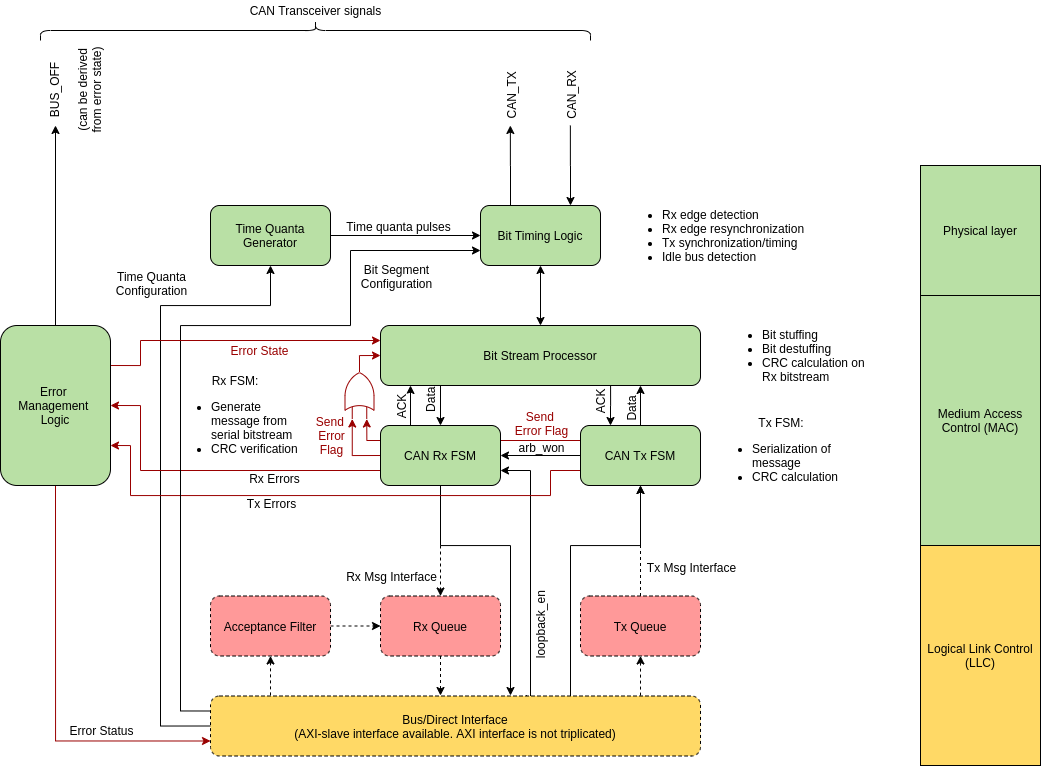
The draw.io diagram doc/canola_block_diagram.png in svnesbo/canola, before a commit. Source tidied: cells renumbered, new cells last; positions are measured from the earlier drawing's top-left corner, leaving out a move shared by most shapes.
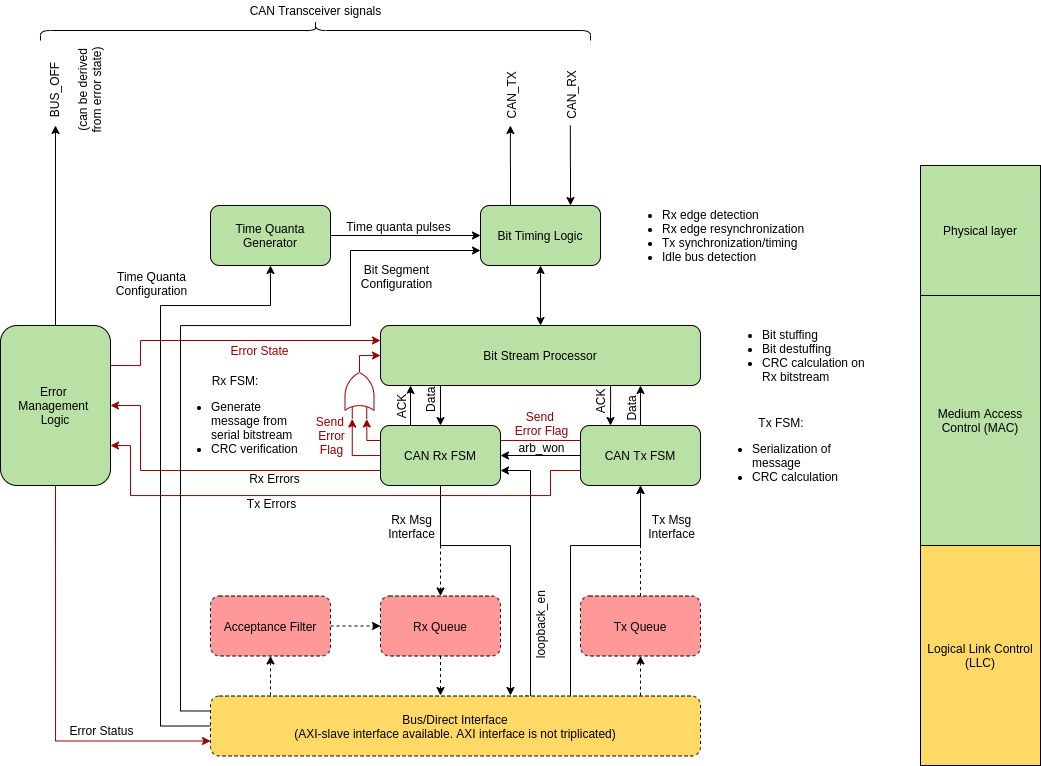
Above is the later version.

Commit message:
Minor update to block diagram

Change to the diagram source:
```diff
@@ -81,9 +81,9 @@
     <mxCell id="18" style="edgeStyle=orthogonalEdgeStyle;rounded=0;jettySize=auto;html=1;exitX=0.5;exitY=1;exitDx=0;exitDy=0;entryX=0.5;entryY=0;entryDx=0;entryDy=0;startArrow=none;startFill=0;endArrow=classic;endFill=1;dashed=1;" parent="1" edge="1" source="29" target="45">
       <mxGeometry relative="1" as="geometry" />
     </mxCell>
-    <mxCell id="19" value="Rx Msg Interface" style="text;html=1;align=center;verticalAlign=middle;labelBackgroundColor=#ffffff;" parent="18" vertex="1">
+    <mxCell id="19" value="Rx Msg&lt;br&gt;Interface" style="text;html=1;align=center;verticalAlign=middle;labelBackgroundColor=#ffffff;" parent="18" vertex="1">
       <mxGeometry x="-0.4" y="1" relative="1" as="geometry">
-        <mxPoint x="-50.5" y="57" as="offset" />
+        <mxPoint x="-31" y="7" as="offset" />
       </mxGeometry>
     </mxCell>
     <mxCell id="20" style="edgeStyle=orthogonalEdgeStyle;rounded=0;jettySize=auto;html=1;exitX=1;exitY=0.75;exitDx=0;exitDy=0;startArrow=classic;startFill=1;endArrow=none;endFill=0;entryX=0.645;entryY=-0.015;entryDx=0;entryDy=0;entryPerimeter=0;" parent="1" edge="1" source="29" target="52">
@@ -225,9 +225,9 @@
     <mxCell id="46" style="edgeStyle=orthogonalEdgeStyle;rounded=0;jettySize=auto;html=1;exitX=0.5;exitY=0;exitDx=0;exitDy=0;entryX=0.5;entryY=1;entryDx=0;entryDy=0;startArrow=none;startFill=0;endArrow=classic;endFill=1;dashed=1;" parent="1" edge="1" source="48" target="40">
       <mxGeometry relative="1" as="geometry" />
     </mxCell>
-    <mxCell id="47" value="Tx Msg Interface" style="text;html=1;align=center;verticalAlign=middle;labelBackgroundColor=#ffffff;" parent="46" vertex="1">
+    <mxCell id="47" value="Tx Msg&lt;br&gt;Interface" style="text;html=1;align=center;verticalAlign=middle;labelBackgroundColor=#ffffff;" parent="46" vertex="1">
       <mxGeometry x="-0.1" y="-3" relative="1" as="geometry">
-        <mxPoint x="47" y="20.5" as="offset" />
+        <mxPoint x="27" y="-20.8" as="offset" />
       </mxGeometry>
     </mxCell>
     <mxCell id="48" value="Tx Queue&lt;br&gt;" style="rounded=1;whiteSpace=wrap;html=1;dashed=1;fillColor=#FF9999;" parent="1" vertex="1">
```
